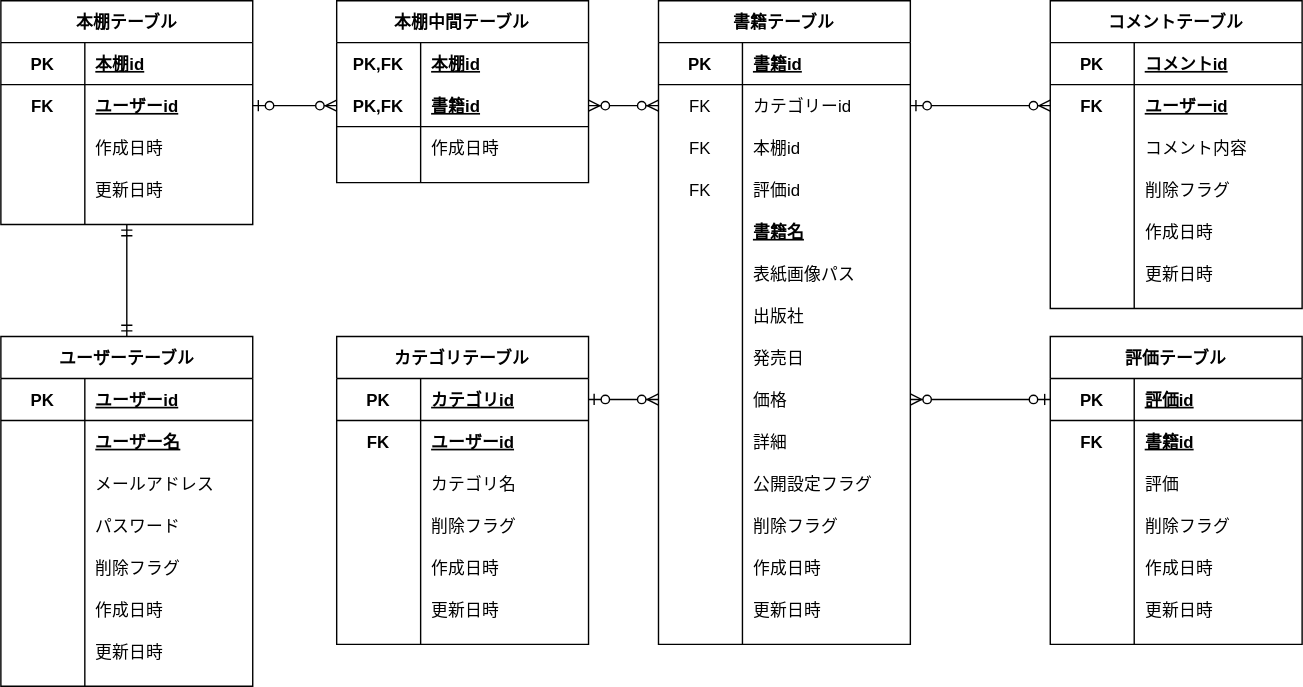
Above: ERdiagram.drawio.svg in takumi98/EngineerBookshelf (draw.io), before the change. Source tidied: cells renumbered, new cells last; positions are measured from the earlier drawing's top-left corner, leaving out a move shared by most shapes.
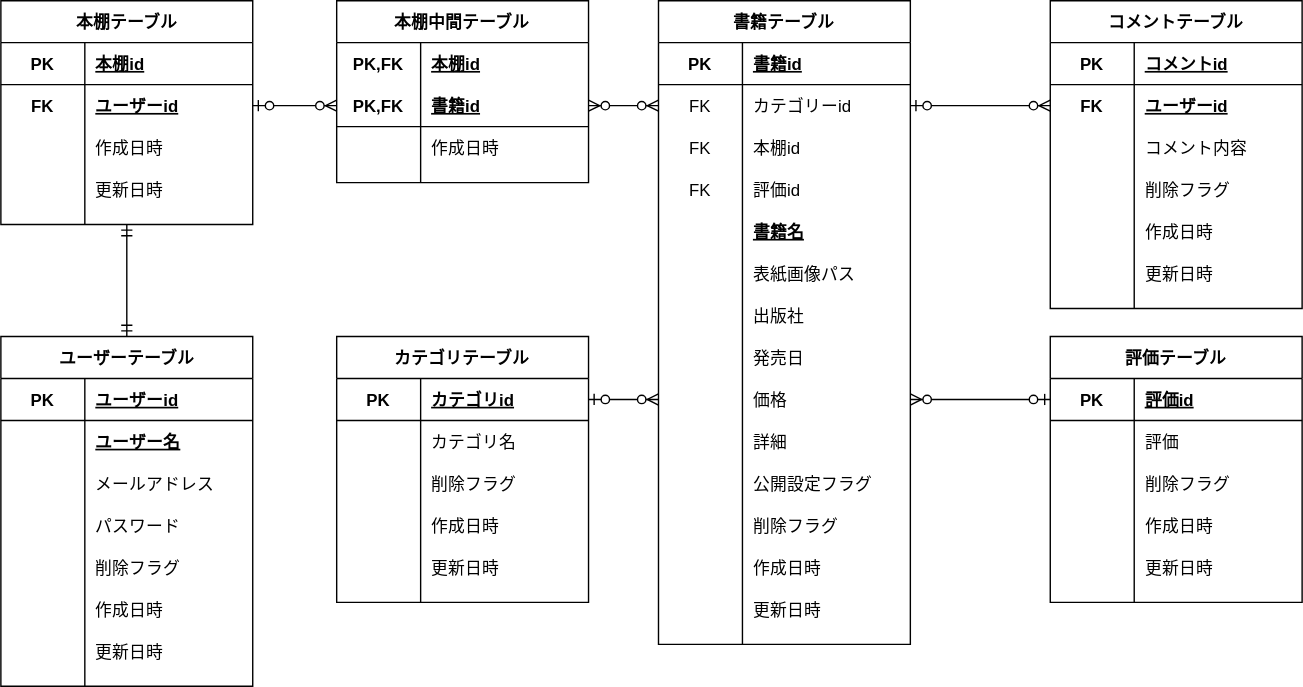
Later version of the same file.

Commit message:
[update]不要なカラムを削除

Diff of the diagram source:
```diff
@@ -255,7 +255,7 @@
       <mxGeometry x="60" width="120" height="30" as="geometry" />
     </mxCell>
     <mxCell id="86" value="カテゴリテーブル" style="shape=table;startSize=30;rowLines=0;fontStyle=1;align=center;" parent="1" vertex="1">
-      <mxGeometry x="240" y="240" width="180" height="220" as="geometry" />
+      <mxGeometry x="240" y="240" width="180" height="190" as="geometry" />
     </mxCell>
     <mxCell id="87" style="shape=partialRectangle;fillColor=none;top=0;left=0;bottom=0;right=0;points=[[0,0.5],[1,0.5]];portConstraint=eastwest;" parent="86" vertex="1">
       <mxGeometry y="30" width="180" height="30" as="geometry" />
@@ -266,17 +266,8 @@
     <mxCell id="89" value="カテゴリid" style="shape=partialRectangle;fillColor=none;top=0;left=0;bottom=1;right=0;align=left;spacingLeft=6;fontStyle=5;overflow=hidden;" parent="87" vertex="1">
       <mxGeometry x="60" width="120" height="30" as="geometry" />
     </mxCell>
-    <mxCell id="90" style="shape=partialRectangle;fillColor=none;top=0;left=0;bottom=0;right=0;" parent="86" vertex="1">
-      <mxGeometry y="60" width="180" height="30" as="geometry" />
-    </mxCell>
-    <mxCell id="91" value="FK" style="shape=partialRectangle;fillColor=none;top=0;left=0;bottom=0;right=0;fontStyle=1;overflow=hidden;" parent="90" vertex="1">
-      <mxGeometry width="60" height="30" as="geometry" />
-    </mxCell>
-    <mxCell id="92" value="ユーザーid" style="shape=partialRectangle;fillColor=none;top=0;left=0;bottom=0;right=0;align=left;spacingLeft=6;fontStyle=5;overflow=hidden;" parent="90" vertex="1">
-      <mxGeometry x="60" width="120" height="30" as="geometry" />
-    </mxCell>
     <mxCell id="93" style="shape=partialRectangle;fillColor=none;top=0;left=0;bottom=0;right=0;" parent="86" vertex="1">
-      <mxGeometry y="90" width="180" height="30" as="geometry" />
+      <mxGeometry y="60" width="180" height="30" as="geometry" />
     </mxCell>
     <mxCell id="94" style="shape=partialRectangle;fillColor=none;top=0;left=0;bottom=0;right=0;overflow=hidden;" parent="93" vertex="1">
       <mxGeometry width="60" height="30" as="geometry" />
@@ -285,7 +276,7 @@
       <mxGeometry x="60" width="120" height="30" as="geometry" />
     </mxCell>
     <mxCell id="96" style="shape=partialRectangle;fillColor=none;top=0;left=0;bottom=0;right=0;" parent="86" vertex="1">
-      <mxGeometry y="120" width="180" height="30" as="geometry" />
+      <mxGeometry y="90" width="180" height="30" as="geometry" />
     </mxCell>
     <mxCell id="97" style="shape=partialRectangle;fillColor=none;top=0;left=0;bottom=0;right=0;overflow=hidden;" parent="96" vertex="1">
       <mxGeometry width="60" height="30" as="geometry" />
@@ -294,7 +285,7 @@
       <mxGeometry x="60" width="120" height="30" as="geometry" />
     </mxCell>
     <mxCell id="99" style="shape=partialRectangle;fillColor=none;top=0;left=0;bottom=0;right=0;" parent="86" vertex="1">
-      <mxGeometry y="150" width="180" height="30" as="geometry" />
+      <mxGeometry y="120" width="180" height="30" as="geometry" />
     </mxCell>
     <mxCell id="100" style="shape=partialRectangle;fillColor=none;top=0;left=0;bottom=0;right=0;overflow=hidden;" parent="99" vertex="1">
       <mxGeometry width="60" height="30" as="geometry" />
@@ -303,7 +294,7 @@
       <mxGeometry x="60" width="120" height="30" as="geometry" />
     </mxCell>
     <mxCell id="102" style="shape=partialRectangle;fillColor=none;top=0;left=0;bottom=0;right=0;" parent="86" vertex="1">
-      <mxGeometry y="180" width="180" height="30" as="geometry" />
+      <mxGeometry y="150" width="180" height="30" as="geometry" />
     </mxCell>
     <mxCell id="103" style="shape=partialRectangle;fillColor=none;top=0;left=0;bottom=0;right=0;overflow=hidden;" parent="102" vertex="1">
       <mxGeometry width="60" height="30" as="geometry" />
@@ -398,7 +389,7 @@
       <mxGeometry relative="1" as="geometry" />
     </mxCell>
     <mxCell id="133" value="評価テーブル" style="shape=table;startSize=30;rowLines=0;fontStyle=1;align=center;" parent="1" vertex="1">
-      <mxGeometry x="750" y="240" width="180" height="220" as="geometry" />
+      <mxGeometry x="750" y="240" width="180" height="190" as="geometry" />
     </mxCell>
     <mxCell id="134" style="shape=partialRectangle;fillColor=none;top=0;left=0;bottom=1;right=0;points=[[0,0.5],[1,0.5]];portConstraint=eastwest;" parent="133" vertex="1">
       <mxGeometry y="30" width="180" height="30" as="geometry" />
@@ -409,17 +400,8 @@
     <mxCell id="136" value="評価id" style="shape=partialRectangle;fillColor=none;top=0;left=0;bottom=0;right=0;align=left;spacingLeft=6;fontStyle=5;overflow=hidden;" parent="134" vertex="1">
       <mxGeometry x="60" width="120" height="30" as="geometry" />
     </mxCell>
-    <mxCell id="137" style="shape=partialRectangle;fillColor=none;top=0;left=0;bottom=0;right=0;" parent="133" vertex="1">
-      <mxGeometry y="60" width="180" height="30" as="geometry" />
-    </mxCell>
-    <mxCell id="138" value="FK" style="shape=partialRectangle;fillColor=none;top=0;left=0;bottom=0;right=0;fontStyle=1;overflow=hidden;" parent="137" vertex="1">
-      <mxGeometry width="60" height="30" as="geometry" />
-    </mxCell>
-    <mxCell id="139" value="書籍id" style="shape=partialRectangle;fillColor=none;top=0;left=0;bottom=0;right=0;align=left;spacingLeft=6;fontStyle=5;overflow=hidden;" parent="137" vertex="1">
-      <mxGeometry x="60" width="120" height="30" as="geometry" />
-    </mxCell>
     <mxCell id="140" style="shape=partialRectangle;fillColor=none;top=0;left=0;bottom=0;right=0;" parent="133" vertex="1">
-      <mxGeometry y="90" width="180" height="30" as="geometry" />
+      <mxGeometry y="60" width="180" height="30" as="geometry" />
     </mxCell>
     <mxCell id="141" style="shape=partialRectangle;fillColor=none;top=0;left=0;bottom=0;right=0;overflow=hidden;" parent="140" vertex="1">
       <mxGeometry width="60" height="30" as="geometry" />
@@ -428,7 +410,7 @@
       <mxGeometry x="60" width="120" height="30" as="geometry" />
     </mxCell>
     <mxCell id="143" style="shape=partialRectangle;fillColor=none;top=0;left=0;bottom=0;right=0;" parent="133" vertex="1">
-      <mxGeometry y="120" width="180" height="30" as="geometry" />
+      <mxGeometry y="90" width="180" height="30" as="geometry" />
     </mxCell>
     <mxCell id="144" style="shape=partialRectangle;fillColor=none;top=0;left=0;bottom=0;right=0;overflow=hidden;" parent="143" vertex="1">
       <mxGeometry width="60" height="30" as="geometry" />
@@ -437,7 +419,7 @@
       <mxGeometry x="60" width="120" height="30" as="geometry" />
     </mxCell>
     <mxCell id="146" style="shape=partialRectangle;fillColor=none;top=0;left=0;bottom=0;right=0;" parent="133" vertex="1">
-      <mxGeometry y="150" width="180" height="30" as="geometry" />
+      <mxGeometry y="120" width="180" height="30" as="geometry" />
     </mxCell>
     <mxCell id="147" style="shape=partialRectangle;fillColor=none;top=0;left=0;bottom=0;right=0;overflow=hidden;" parent="146" vertex="1">
       <mxGeometry width="60" height="30" as="geometry" />
@@ -446,7 +428,7 @@
       <mxGeometry x="60" width="120" height="30" as="geometry" />
     </mxCell>
     <mxCell id="149" style="shape=partialRectangle;fillColor=none;top=0;left=0;bottom=0;right=0;" parent="133" vertex="1">
-      <mxGeometry y="180" width="180" height="30" as="geometry" />
+      <mxGeometry y="150" width="180" height="30" as="geometry" />
     </mxCell>
     <mxCell id="150" style="shape=partialRectangle;fillColor=none;top=0;left=0;bottom=0;right=0;overflow=hidden;" parent="149" vertex="1">
       <mxGeometry width="60" height="30" as="geometry" />
```
